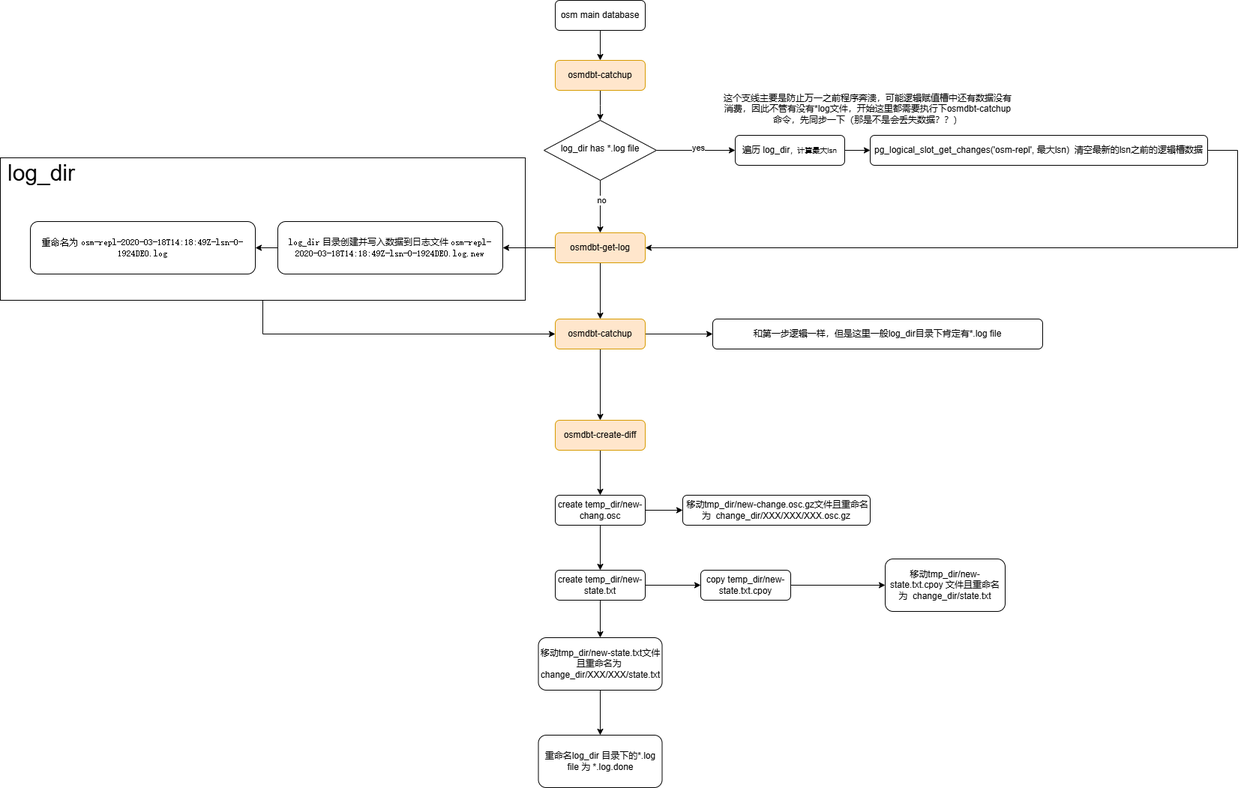
Earlier version of the draw.io export osm-dbt.png (472542625/drawio). Source tidied: cells renumbered, new cells last; positions are measured from the earlier drawing's top-left corner, leaving out a move shared by most shapes.
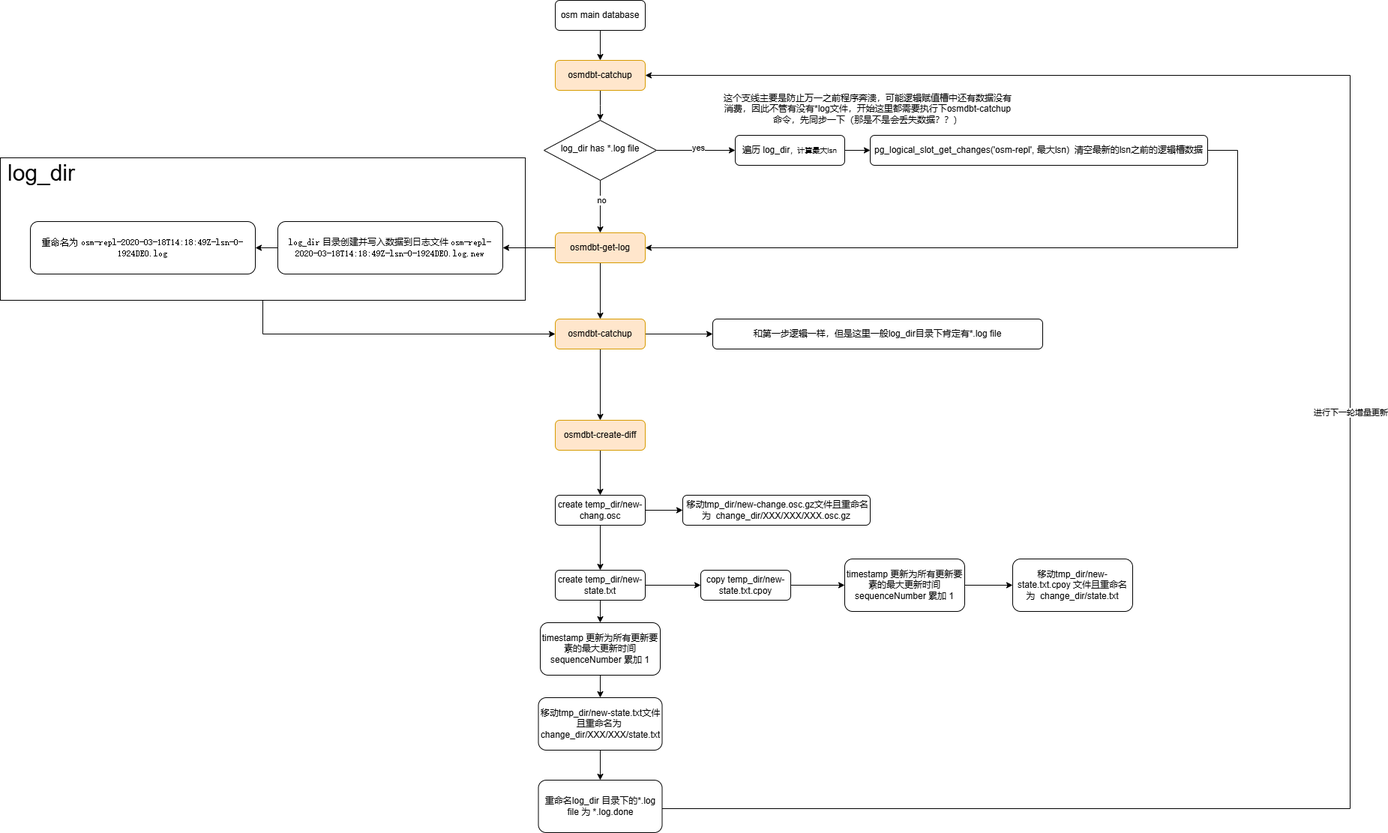
The same diagram one commit later.

What changed in the source:
```diff
@@ -119,15 +119,15 @@
     <mxCell id="35" style="edgeStyle=orthogonalEdgeStyle;rounded=0;jettySize=auto;html=1;entryX=0;entryY=0.5;entryDx=0;entryDy=0;" parent="1" edge="1" source="37" target="39">
       <mxGeometry relative="1" as="geometry" />
     </mxCell>
-    <mxCell id="36" style="edgeStyle=orthogonalEdgeStyle;rounded=0;jettySize=auto;html=1;" parent="1" edge="1" source="37" target="41">
-      <mxGeometry relative="1" as="geometry" />
-    </mxCell>
+    <mxCell id="44" style="edgeStyle=orthogonalEdgeStyle;rounded=0;jettySize=auto;html=1;" parent="1" edge="1" source="37" target="51">
+      <mxGeometry relative="1" as="geometry" />
+    </mxCell>
     <mxCell id="37" value="create temp_dir/new-state.txt" style="rounded=1;whiteSpace=wrap;html=1;fontSize=12;glass=0;strokeWidth=1;shadow=0;" parent="1" vertex="1">
       <mxGeometry x="740" y="760" width="120" height="40" as="geometry" />
     </mxCell>
-    <mxCell id="38" style="edgeStyle=orthogonalEdgeStyle;rounded=0;jettySize=auto;html=1;entryX=0;entryY=0.5;entryDx=0;entryDy=0;" parent="1" edge="1" source="39" target="42">
-      <mxGeometry relative="1" as="geometry" />
-    </mxCell>
+    <mxCell id="45" style="edgeStyle=orthogonalEdgeStyle;rounded=0;jettySize=auto;html=1;entryX=0;entryY=0.5;entryDx=0;entryDy=0;" parent="1" edge="1" source="39" target="49">
+      <mxGeometry relative="1" as="geometry" />
+    </mxCell>
     <mxCell id="39" value="copy temp_dir/new-state.txt.cpoy" style="rounded=1;whiteSpace=wrap;html=1;fontSize=12;glass=0;strokeWidth=1;shadow=0;" parent="1" vertex="1">
       <mxGeometry x="934" y="760" width="120" height="40" as="geometry" />
     </mxCell>
@@ -135,13 +135,38 @@
       <mxGeometry relative="1" as="geometry" />
     </mxCell>
     <mxCell id="41" value="移动tmp_dir/new-state.txt文件且重命名为&amp;nbsp; change_dir/XXX/XXX/state.txt" style="rounded=1;whiteSpace=wrap;html=1;fontSize=12;glass=0;strokeWidth=1;shadow=0;" parent="1" vertex="1">
-      <mxGeometry x="717.5" y="850" width="165" height="70" as="geometry" />
+      <mxGeometry x="717.5" y="930" width="165" height="70" as="geometry" />
     </mxCell>
     <mxCell id="42" value="移动tmp_dir/new-state.txt.cpoy&amp;nbsp;文件且重命名为&amp;nbsp; change_dir/state.txt" style="rounded=1;whiteSpace=wrap;html=1;fontSize=12;glass=0;strokeWidth=1;shadow=0;" parent="1" vertex="1">
-      <mxGeometry x="1180" y="745" width="160" height="70" as="geometry" />
+      <mxGeometry x="1350" y="745" width="160" height="70" as="geometry" />
     </mxCell>
+    <mxCell id="46" style="edgeStyle=orthogonalEdgeStyle;rounded=0;jettySize=auto;html=1;" parent="1" edge="1" source="43" target="14">
+      <mxGeometry relative="1" as="geometry">
+        <Array as="points">
+          <mxPoint x="1800" y="1078" />
+          <mxPoint x="1800" y="100" />
+        </Array>
+      </mxGeometry>
+    </mxCell>
+    <mxCell id="47" value="进行下一轮增量更新" style="edgeLabel;html=1;align=center;verticalAlign=middle;" parent="46" vertex="1">
+      <mxGeometry x="0.02" relative="1" as="geometry">
+        <mxPoint y="1" as="offset" />
+      </mxGeometry>
+    </mxCell>
     <mxCell id="43" value="重命名log_dir 目录下的*.log file 为 *.log.done" style="rounded=1;whiteSpace=wrap;html=1;fontSize=12;glass=0;strokeWidth=1;shadow=0;" parent="1" vertex="1">
-      <mxGeometry x="717.5" y="980" width="165" height="70" as="geometry" />
+      <mxGeometry x="717.5" y="1040" width="165" height="70" as="geometry" />
     </mxCell>
+    <mxCell id="48" style="edgeStyle=orthogonalEdgeStyle;rounded=0;jettySize=auto;html=1;" parent="1" edge="1" source="49" target="42">
+      <mxGeometry relative="1" as="geometry" />
+    </mxCell>
+    <mxCell id="49" value="timestamp 更新为所有更新要素的最大更新时间&lt;div&gt;sequenceNumber 累加 1&lt;/div&gt;" style="rounded=1;whiteSpace=wrap;html=1;fontSize=12;glass=0;strokeWidth=1;shadow=0;" parent="1" vertex="1">
+      <mxGeometry x="1126" y="745" width="160" height="70" as="geometry" />
+    </mxCell>
+    <mxCell id="50" style="edgeStyle=orthogonalEdgeStyle;rounded=0;jettySize=auto;html=1;entryX=0.5;entryY=0;entryDx=0;entryDy=0;" parent="1" edge="1" source="51" target="41">
+      <mxGeometry relative="1" as="geometry" />
+    </mxCell>
+    <mxCell id="51" value="timestamp 更新为所有更新要素的最大更新时间&lt;div&gt;sequenceNumber 累加 1&lt;/div&gt;" style="rounded=1;whiteSpace=wrap;html=1;fontSize=12;glass=0;strokeWidth=1;shadow=0;" parent="1" vertex="1">
+      <mxGeometry x="720" y="830" width="160" height="70" as="geometry" />
+    </mxCell>
   </root>
 </mxGraphModel>
```
